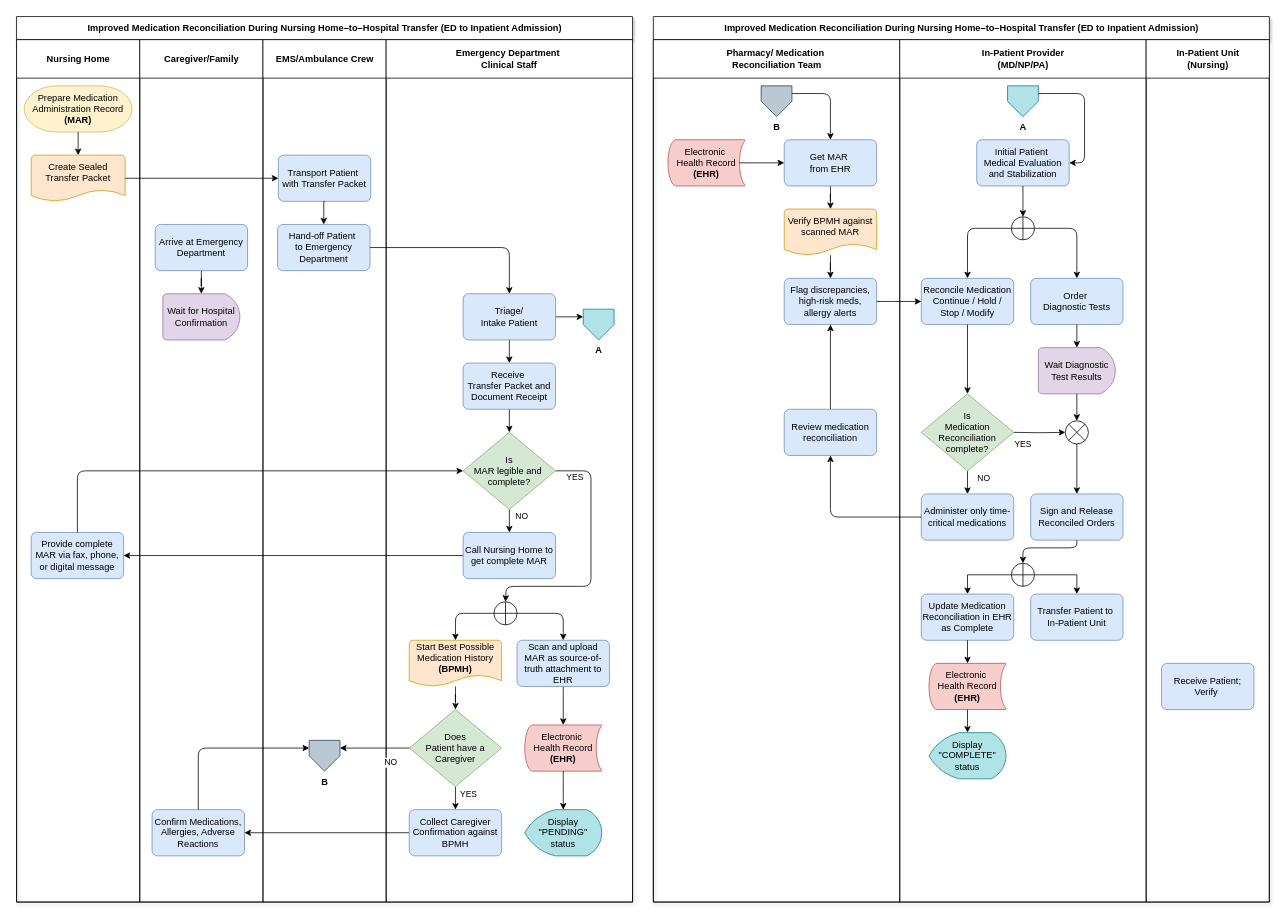
The draw.io diagram Improved Process Chart.drawio in melmirasol/Case-Problem-6.2, before the edit. Source tidied: cells renumbered, new cells numbered last; positions are measured from the earlier drawing's top-left corner, leaving out a move shared by most shapes. Both pictures are drawn from the tidied source at 77%, with x=0, y=0 at pixel (16, 16).
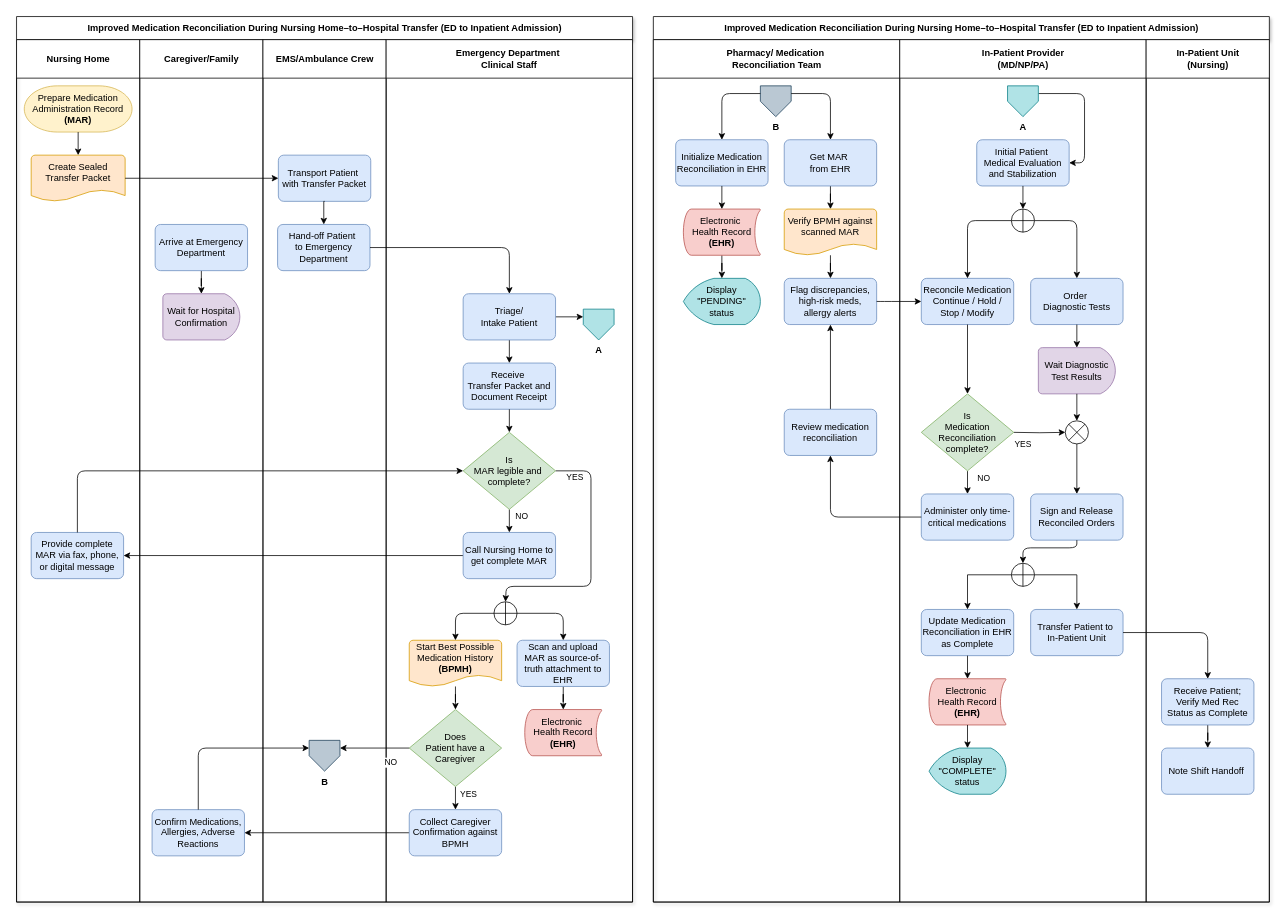
The same page after the edit.

Unchanged cells that the change refers to:
```xml
<mxCell id="21" value="Emergency Department&amp;nbsp;&lt;div&gt;&lt;span style=&quot;background-color: transparent; color: light-dark(rgb(0, 0, 0), rgb(255, 255, 255));&quot;&gt;Clinical&amp;nbsp;Staff&lt;/span&gt;&lt;/div&gt;" style="swimlane;startSize=50;html=1;whiteSpace=wrap;" parent="2" vertex="1">
  <mxGeometry x="480" y="30" width="320" height="1120" as="geometry" />
</mxCell>
<mxCell id="54" value="Improved Medication Reconciliation During Nursing Home–to–Hospital Transfer (ED to Inpatient Admission)" style="swimlane;startSize=30;html=1;shadow=1;" parent="1" vertex="1">
  <mxGeometry x="827" width="800" height="1150" as="geometry" />
</mxCell>
<mxCell id="55" value="Pharmacy/&amp;nbsp;&lt;span style=&quot;background-color: transparent; color: light-dark(rgb(0, 0, 0), rgb(255, 255, 255));&quot;&gt;Medication&amp;nbsp;&lt;/span&gt;&lt;div&gt;&lt;span style=&quot;background-color: transparent; color: light-dark(rgb(0, 0, 0), rgb(255, 255, 255));&quot;&gt;Reconciliation Team&lt;/span&gt;&lt;/div&gt;" style="swimlane;startSize=50;html=1;" parent="54" vertex="1">
  <mxGeometry y="30" width="320" height="1120" as="geometry" />
</mxCell>
<mxCell id="61" value="Get MAR&amp;nbsp;&lt;div&gt;f&lt;span style=&quot;background-color: transparent; color: light-dark(rgb(0, 0, 0), rgb(255, 255, 255));&quot;&gt;rom EHR&lt;/span&gt;&lt;/div&gt;" style="rounded=1;whiteSpace=wrap;html=1;absoluteArcSize=1;arcSize=14;strokeWidth=1;fillColor=#dae8fc;strokeColor=#6c8ebf;" parent="55" vertex="1">
  <mxGeometry x="170" y="130" width="120" height="60" as="geometry" />
</mxCell>
<mxCell id="69" value="In-Patient Provider&lt;div&gt;(MD/NP/PA)&lt;/div&gt;" style="swimlane;startSize=50;html=1;" parent="54" vertex="1">
  <mxGeometry x="320" y="30" width="320" height="1120" as="geometry" />
</mxCell>
<mxCell id="101" value="In-Patient Unit&lt;div&gt;(Nursing)&lt;/div&gt;" style="swimlane;startSize=50;html=1;" parent="54" vertex="1">
  <mxGeometry x="640" y="30" width="160" height="1120" as="geometry" />
</mxCell>
```

Change to the diagram source:
```diff
@@
     <mxCell id="37" value="Electronic&amp;nbsp;&lt;div&gt;Health Record&lt;/div&gt;&lt;div&gt;&lt;b&gt;(EHR)&lt;/b&gt;&lt;/div&gt;" style="strokeWidth=1;html=1;shape=mxgraph.flowchart.stored_data;whiteSpace=wrap;fillColor=#f8cecc;strokeColor=#b85450;" parent="21" vertex="1">
-      <mxGeometry x="180" y="890" width="100" height="60" as="geometry" />
+      <mxGeometry x="180" y="870" width="100" height="60" as="geometry" />
     </mxCell>
@@
-    <mxCell id="41" value="Display &quot;PENDING&quot; status" style="strokeWidth=1;html=1;shape=mxgraph.flowchart.display;whiteSpace=wrap;fillColor=#b0e3e6;strokeColor=#0e8088;" parent="21" vertex="1">
-      <mxGeometry x="180" y="1000" width="100" height="60" as="geometry" />
-    </mxCell>
@@
-    <mxCell id="46" style="edgeStyle=orthogonalEdgeStyle;rounded=0;jettySize=auto;html=1;exitX=0.5;exitY=1;exitDx=0;exitDy=0;exitPerimeter=0;entryX=0.5;entryY=0;entryDx=0;entryDy=0;entryPerimeter=0;" parent="21" edge="1" source="37" target="41">
-      <mxGeometry relative="1" as="geometry" />
-    </mxCell>
@@
-    <mxCell id="58" style="edgeStyle=orthogonalEdgeStyle;rounded=1;jettySize=auto;html=1;exitX=1;exitY=0.25;exitDx=0;exitDy=0;entryX=0.5;entryY=0;entryDx=0;entryDy=0;curved=0;" parent="55" edge="1" source="59" target="61">
-      <mxGeometry relative="1" as="geometry" />
-    </mxCell>
     <mxCell id="59" value="B" style="verticalLabelPosition=bottom;verticalAlign=top;html=1;shape=offPageConnector;rounded=0;size=0.5;fillColor=#bac8d3;strokeColor=#23445d;fontStyle=1;" parent="55" vertex="1">
-      <mxGeometry x="140" y="60" width="40" height="40" as="geometry" />
+      <mxGeometry x="139" y="60" width="40" height="40" as="geometry" />
     </mxCell>
@@
+    <mxCell id="105" style="edgeStyle=orthogonalEdgeStyle;rounded=0;jettySize=auto;html=1;exitX=0.5;exitY=1;exitDx=0;exitDy=0;exitPerimeter=0;" parent="55" edge="1" source="62" target="41">
+      <mxGeometry relative="1" as="geometry" />
+    </mxCell>
     <mxCell id="62" value="Electronic&amp;nbsp;&lt;div&gt;Health Record&lt;/div&gt;&lt;div&gt;&lt;b&gt;(EHR)&lt;/b&gt;&lt;/div&gt;" style="strokeWidth=1;html=1;shape=mxgraph.flowchart.stored_data;whiteSpace=wrap;fillColor=#f8cecc;strokeColor=#b85450;" parent="55" vertex="1">
-      <mxGeometry x="19" y="130" width="100" height="60" as="geometry" />
+      <mxGeometry x="39" y="220" width="100" height="60" as="geometry" />
     </mxCell>
@@
-    <mxCell id="65" style="edgeStyle=orthogonalEdgeStyle;rounded=1;jettySize=auto;html=1;exitX=0.93;exitY=0.5;exitDx=0;exitDy=0;exitPerimeter=0;entryX=0;entryY=0.5;entryDx=0;entryDy=0;curved=0;" parent="55" edge="1" source="62" target="61">
-      <mxGeometry relative="1" as="geometry" />
-    </mxCell>
@@
+    <mxCell id="106" value="Initialize&amp;nbsp;&lt;span style=&quot;background-color: transparent; color: light-dark(rgb(0, 0, 0), rgb(255, 255, 255));&quot;&gt;Medication Reconciliation in EHR&lt;/span&gt;" style="rounded=1;whiteSpace=wrap;html=1;absoluteArcSize=1;arcSize=14;strokeWidth=1;fillColor=#dae8fc;strokeColor=#6c8ebf;" parent="55" vertex="1">
+      <mxGeometry x="29" y="130" width="120" height="60" as="geometry" />
+    </mxCell>
+    <mxCell id="41" value="Display &quot;PENDING&quot; status" style="strokeWidth=1;html=1;shape=mxgraph.flowchart.display;whiteSpace=wrap;fillColor=#b0e3e6;strokeColor=#0e8088;" parent="55" vertex="1">
+      <mxGeometry x="39" y="310" width="100" height="60" as="geometry" />
+    </mxCell>
+    <mxCell id="107" style="edgeStyle=orthogonalEdgeStyle;rounded=0;jettySize=auto;html=1;exitX=0.5;exitY=1;exitDx=0;exitDy=0;entryX=0.5;entryY=0;entryDx=0;entryDy=0;entryPerimeter=0;" parent="55" edge="1" source="106" target="62">
+      <mxGeometry relative="1" as="geometry" />
+    </mxCell>
+    <mxCell id="108" style="edgeStyle=orthogonalEdgeStyle;rounded=1;jettySize=auto;html=1;exitX=0;exitY=0.25;exitDx=0;exitDy=0;entryX=0.5;entryY=0;entryDx=0;entryDy=0;curved=0;" parent="55" edge="1" source="59" target="106">
+      <mxGeometry relative="1" as="geometry" />
+    </mxCell>
+    <mxCell id="58" style="edgeStyle=orthogonalEdgeStyle;rounded=1;jettySize=auto;html=1;exitX=1;exitY=0.25;exitDx=0;exitDy=0;entryX=0.5;entryY=0;entryDx=0;entryDy=0;curved=0;" parent="55" edge="1" source="59" target="61">
+      <mxGeometry relative="1" as="geometry" />
+    </mxCell>
@@
     <mxCell id="76" style="verticalLabelPosition=bottom;verticalAlign=top;html=1;shape=mxgraph.flowchart.summing_function;" parent="69" vertex="1">
-      <mxGeometry x="145" y="230" width="30" height="30" as="geometry" />
+      <mxGeometry x="145" y="220" width="30" height="30" as="geometry" />
     </mxCell>
@@
     <mxCell id="95" value="Electronic&amp;nbsp;&lt;div&gt;Health Record&lt;/div&gt;&lt;div&gt;&lt;b&gt;(EHR)&lt;/b&gt;&lt;/div&gt;" style="strokeWidth=1;html=1;shape=mxgraph.flowchart.stored_data;whiteSpace=wrap;fillColor=#f8cecc;strokeColor=#b85450;" parent="69" vertex="1">
-      <mxGeometry x="38" y="810" width="100" height="60" as="geometry" />
+      <mxGeometry x="38" y="830" width="100" height="60" as="geometry" />
     </mxCell>
     <mxCell id="96" value="Update Medication Reconciliation in EHR as Complete" style="rounded=1;whiteSpace=wrap;html=1;absoluteArcSize=1;arcSize=14;strokeWidth=1;fillColor=#dae8fc;strokeColor=#6c8ebf;" parent="69" vertex="1">
-      <mxGeometry x="28" y="720" width="120" height="60" as="geometry" />
+      <mxGeometry x="28" y="740" width="120" height="60" as="geometry" />
     </mxCell>
@@
     <mxCell id="98" value="Display &quot;COMPLETE&quot; status" style="strokeWidth=1;html=1;shape=mxgraph.flowchart.display;whiteSpace=wrap;fillColor=#b0e3e6;strokeColor=#0e8088;" parent="69" vertex="1">
-      <mxGeometry x="38" y="900" width="100" height="60" as="geometry" />
+      <mxGeometry x="38" y="920" width="100" height="60" as="geometry" />
     </mxCell>
@@
     <mxCell id="100" value="&lt;div&gt;&lt;span style=&quot;background-color: transparent; color: light-dark(rgb(0, 0, 0), rgb(255, 255, 255));&quot;&gt;Transfer Patient to&amp;nbsp;&lt;/span&gt;&lt;/div&gt;&lt;div&gt;&lt;span style=&quot;background-color: transparent; color: light-dark(rgb(0, 0, 0), rgb(255, 255, 255));&quot;&gt;In-Patient Unit&lt;/span&gt;&lt;/div&gt;" style="rounded=1;whiteSpace=wrap;html=1;absoluteArcSize=1;arcSize=14;strokeWidth=1;fillColor=#dae8fc;strokeColor=#6c8ebf;" parent="69" vertex="1">
-      <mxGeometry x="170" y="720" width="120" height="60" as="geometry" />
+      <mxGeometry x="170" y="740" width="120" height="60" as="geometry" />
     </mxCell>
@@
+    <mxCell id="109" style="edgeStyle=orthogonalEdgeStyle;rounded=0;jettySize=auto;html=1;exitX=0.5;exitY=1;exitDx=0;exitDy=0;" parent="101" edge="1" source="102" target="110">
+      <mxGeometry relative="1" as="geometry" />
+    </mxCell>
-    <mxCell id="102" value="&lt;div&gt;Receive Patient;&lt;/div&gt;&lt;div&gt;Verify&amp;nbsp;&lt;/div&gt;" style="rounded=1;whiteSpace=wrap;html=1;absoluteArcSize=1;arcSize=14;strokeWidth=1;fillColor=#dae8fc;strokeColor=#6c8ebf;" parent="101" vertex="1">
-      <mxGeometry x="20" y="810" width="120" height="60" as="geometry" />
+    <mxCell id="102" value="&lt;div&gt;Receive Patient;&lt;/div&gt;&lt;div&gt;Verify Med Rec Status as Complete&lt;/div&gt;" style="rounded=1;whiteSpace=wrap;html=1;absoluteArcSize=1;arcSize=14;strokeWidth=1;fillColor=#dae8fc;strokeColor=#6c8ebf;" parent="101" vertex="1">
+      <mxGeometry x="20" y="830" width="120" height="60" as="geometry" />
     </mxCell>
+    <mxCell id="110" value="&lt;div&gt;Note Shift Handoff&amp;nbsp;&lt;/div&gt;" style="rounded=1;whiteSpace=wrap;html=1;absoluteArcSize=1;arcSize=14;strokeWidth=1;fillColor=#dae8fc;strokeColor=#6c8ebf;" parent="101" vertex="1">
+      <mxGeometry x="20" y="920" width="120" height="60" as="geometry" />
+    </mxCell>
@@
+    <mxCell id="111" style="edgeStyle=orthogonalEdgeStyle;rounded=1;jettySize=auto;html=1;exitX=1;exitY=0.5;exitDx=0;exitDy=0;curved=0;" parent="54" edge="1" source="100" target="102">
+      <mxGeometry relative="1" as="geometry" />
+    </mxCell>
```
